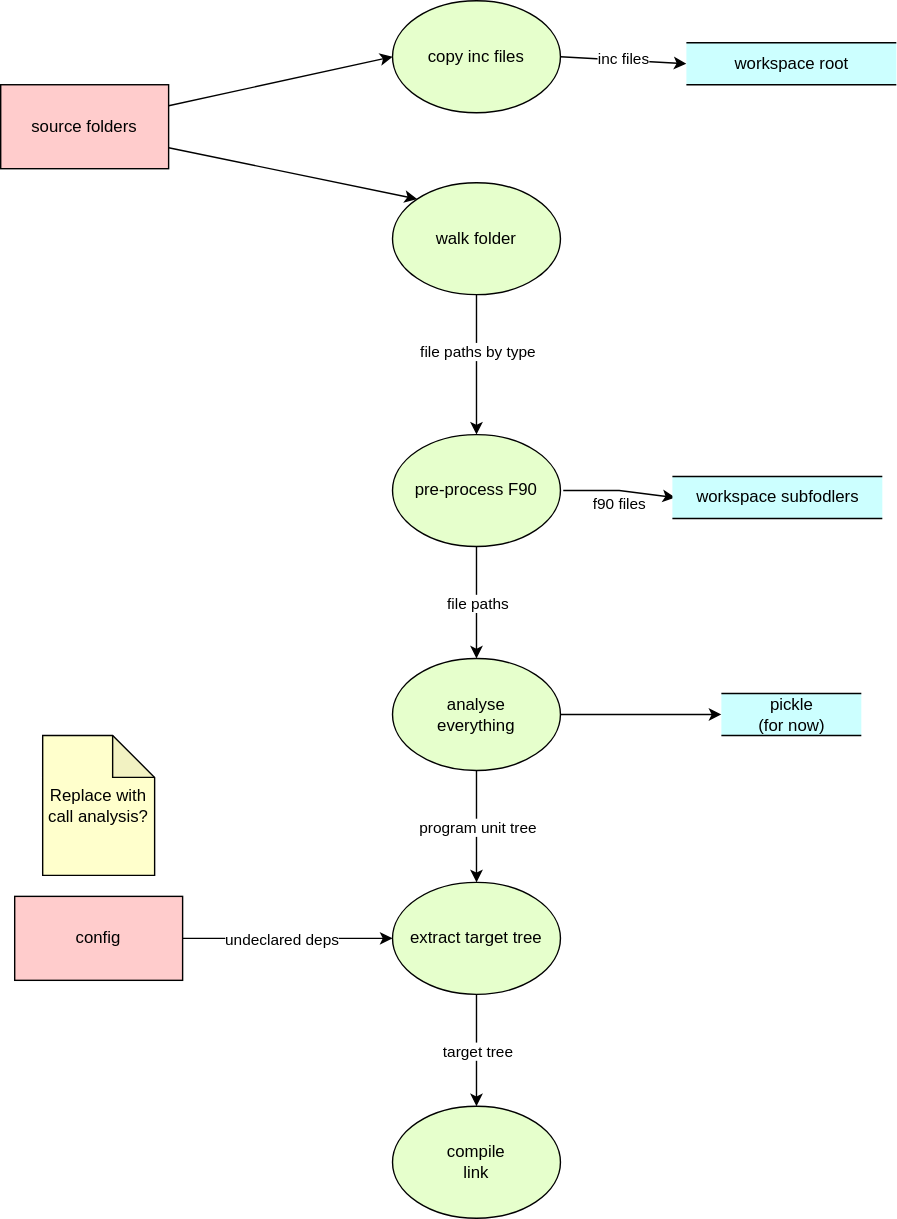
MetOffice/fab keeps this draw.io diagram as Documentation/Design/data_flow.svg. Above is the earlier version. Source tidied: cells renumbered, new cells last; positions are measured from the earlier drawing's top-left corner, leaving out a move shared by most shapes.
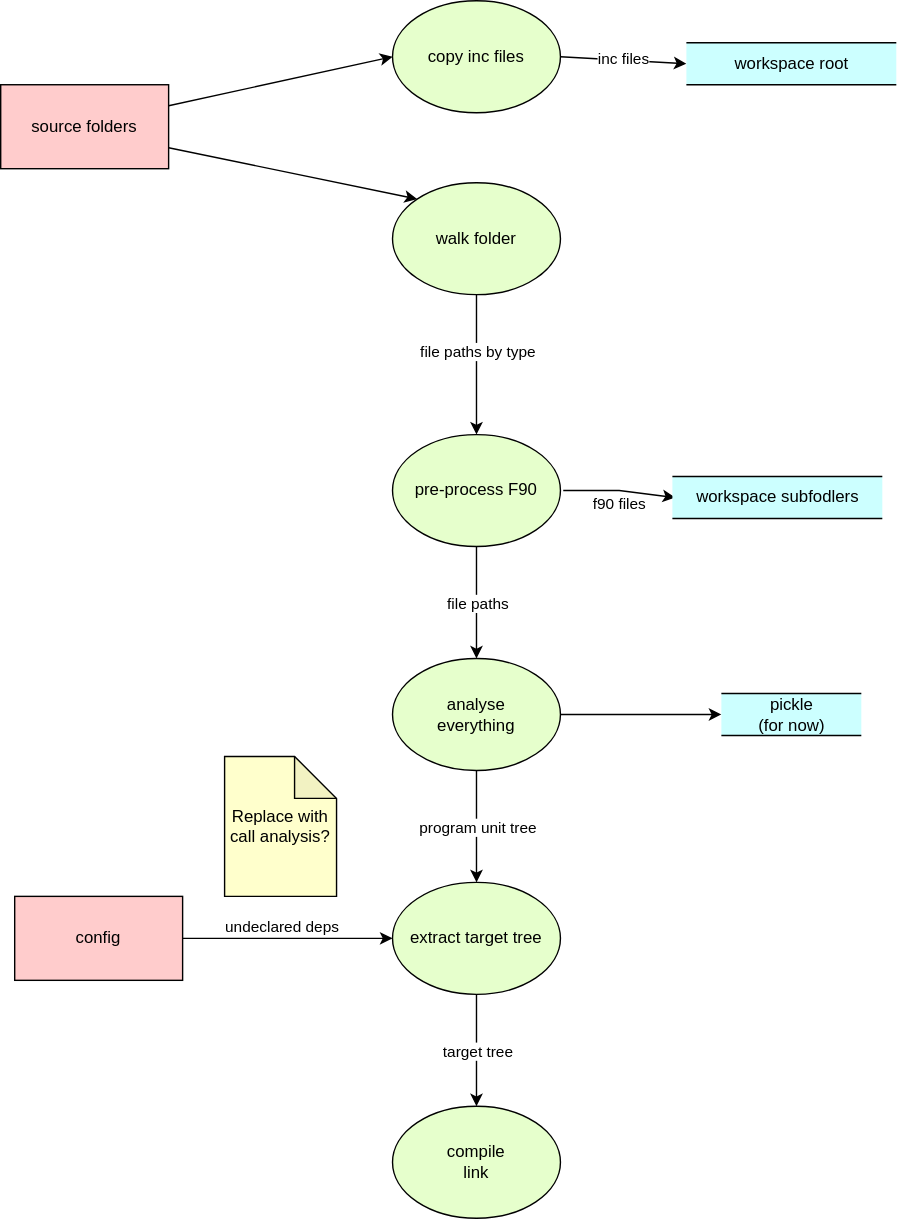
After the commit.

The edit, as a diff of the source:
```diff
@@ -85,7 +85,7 @@
     <mxCell id="24" style="edgeStyle=none;rounded=0;jettySize=auto;html=1;exitX=1;exitY=0.5;exitDx=0;exitDy=0;entryX=0;entryY=0.5;entryDx=0;entryDy=0;" parent="1" edge="1" source="26" target="23">
       <mxGeometry relative="1" as="geometry" />
     </mxCell>
-    <mxCell id="25" value="undeclared deps" style="edgeLabel;html=1;align=center;verticalAlign=middle;" parent="24" vertex="1">
+    <mxCell id="25" value="undeclared deps" style="edgeLabel;html=1;align=center;verticalAlign=bottom;spacingLeft=0;spacingTop=0;spacing=2;labelBorderColor=none;" parent="24" vertex="1">
       <mxGeometry x="0.23" relative="1" as="geometry">
         <mxPoint x="-22" as="offset" />
       </mxGeometry>
@@ -97,7 +97,7 @@
       <mxGeometry x="280" y="790" width="120" height="80" as="geometry" />
     </mxCell>
     <mxCell id="28" value="&lt;span&gt;Replace with call analysis?&lt;/span&gt;" style="shape=note;whiteSpace=wrap;html=1;backgroundOutline=1;darkOpacity=0.05;fillColor=#FFFFCC;" parent="1" vertex="1">
-      <mxGeometry x="30" y="525" width="80" height="100" as="geometry" />
+      <mxGeometry x="160" y="540" width="80" height="100" as="geometry" />
     </mxCell>
   </root>
 </mxGraphModel>
```
